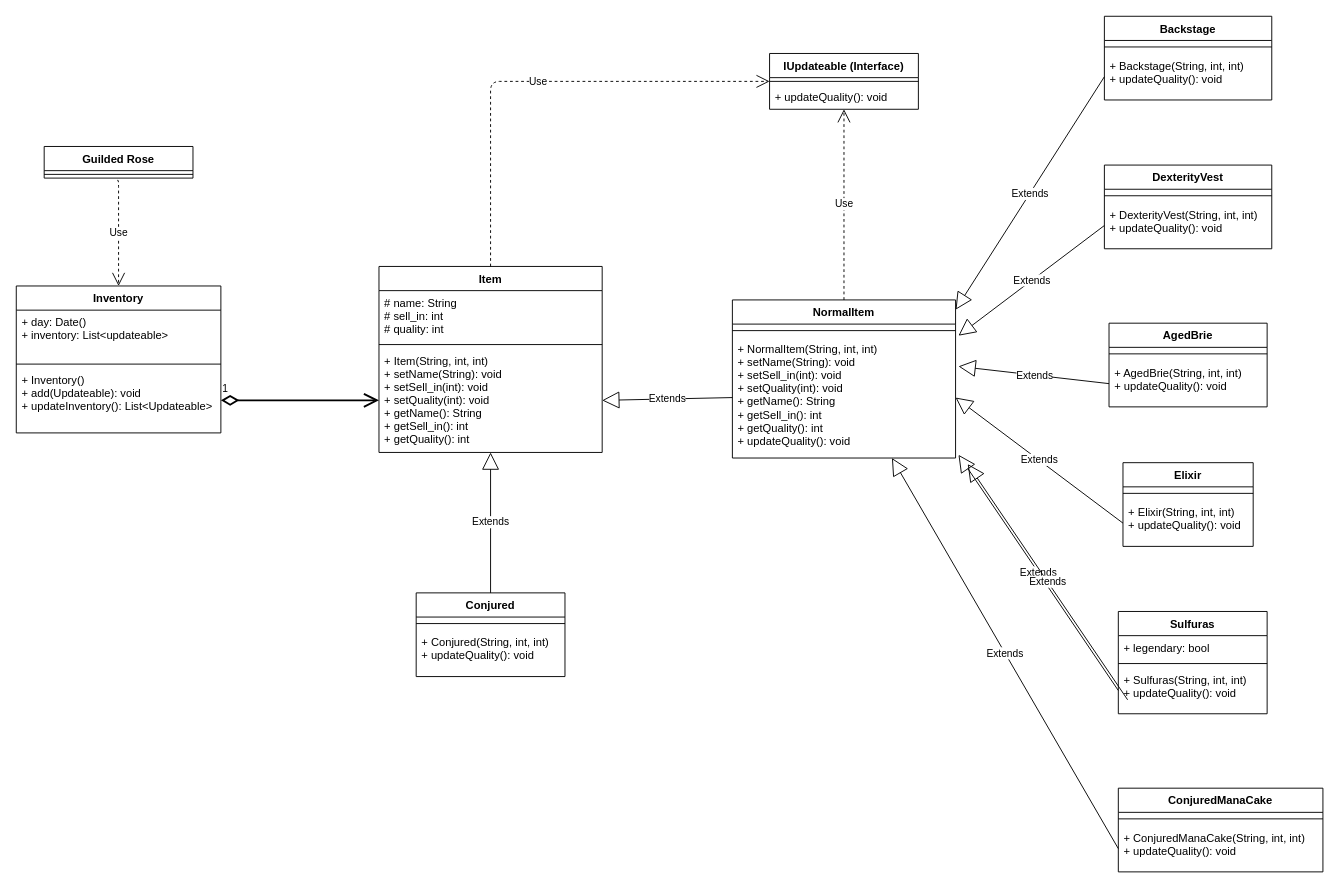
OllivandersProject/Ollivanders keeps this draw.io diagram as DDD/UML_Diagram/UML_Diagram_Project.drawio. Above is the earlier version. Source tidied: cells renumbered, new cells numbered last; positions are measured from the earlier drawing's top-left corner, leaving out a move shared by most shapes. Both pictures are drawn from the tidied source at 93%, with x=0, y=0 at pixel (16, 16).
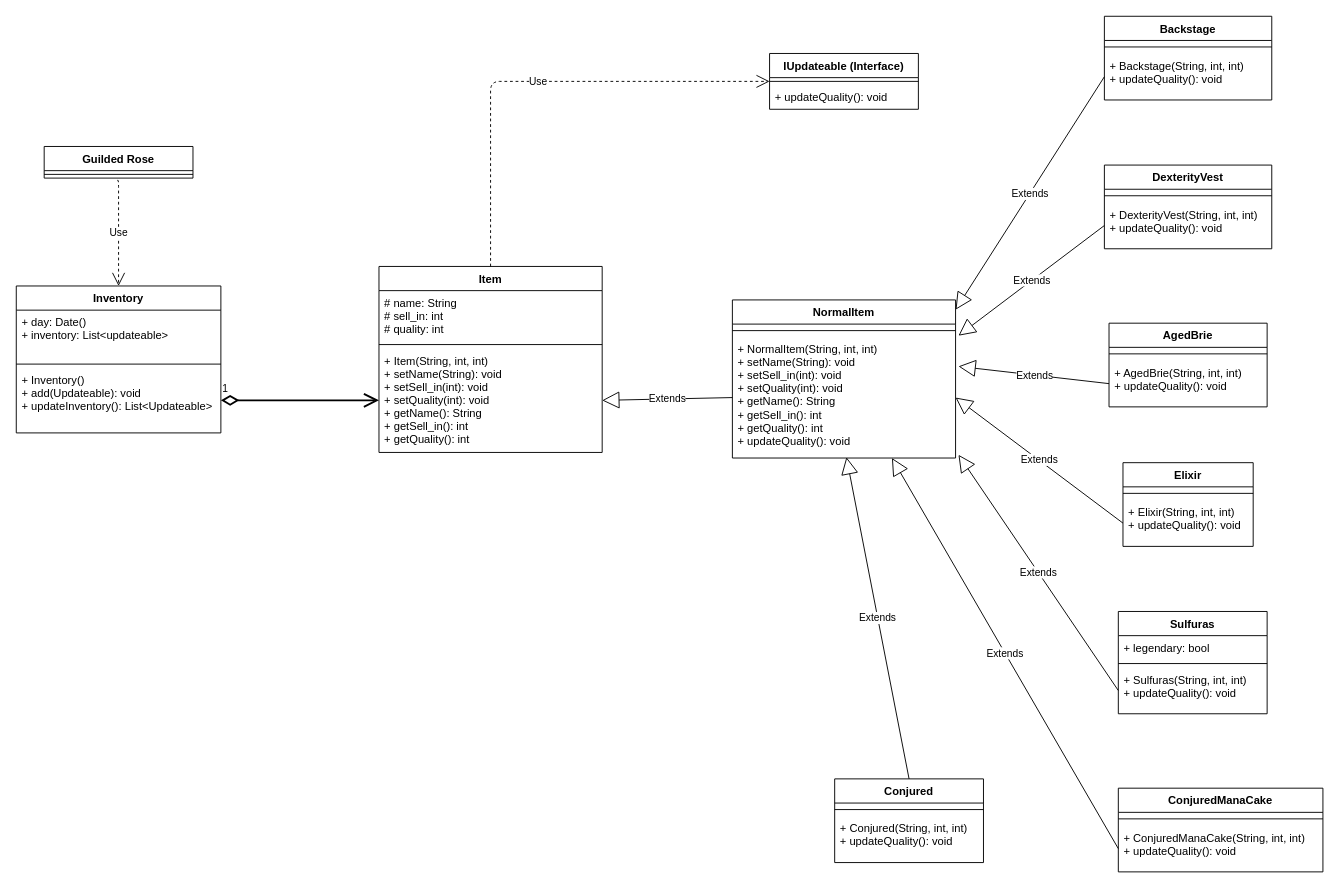
The same page after the edit.

Commit message:
feat: :recycle: Implement changes in UML_Diagram for optimization without change nothing of Domain Vocabulary of Project

Unchanged cells that the change refers to:
```xml
<mxCell id="11" value="+ Item(String, int, int)&#10;+ setName(String): void&#10;+ setSell_in(int): void&#10;+ setQuality(int): void&#10;+ getName(): String&#10;+ getSell_in(): int&#10;+ getQuality(): int" style="text;strokeColor=none;fillColor=none;align=left;verticalAlign=top;spacingLeft=4;spacingRight=4;overflow=hidden;points=[[0,0.5],[1,0.5]];portConstraint=eastwest;" parent="8" vertex="1">
  <mxGeometry y="88" width="240" height="112" as="geometry" />
</mxCell>
<mxCell id="12" value="NormalItem" style="swimlane;fontStyle=1;align=center;verticalAlign=top;horizontal=1;startSize=26;" parent="1" vertex="1">
  <mxGeometry x="770" y="305" width="240" height="170" as="geometry" />
</mxCell>
<mxCell id="14" value="+ NormalItem(String, int, int)&#10;+ setName(String): void&#10;+ setSell_in(int): void&#10;+ setQuality(int): void&#10;+ getName(): String&#10;+ getSell_in(): int&#10;+ getQuality(): int&#10;+ updateQuality(): void" style="text;strokeColor=none;fillColor=none;align=left;verticalAlign=top;spacingLeft=4;spacingRight=4;overflow=hidden;points=[[0,0.5],[1,0.5]];portConstraint=eastwest;" parent="12" vertex="1">
  <mxGeometry y="40" width="240" height="130" as="geometry" />
</mxCell>
<mxCell id="17" value="+ updateQuality(): void" style="text;strokeColor=none;fillColor=none;align=left;verticalAlign=top;spacingLeft=4;spacingRight=4;overflow=hidden;points=[[0,0.5],[1,0.5]];portConstraint=eastwest;" parent="15" vertex="1">
  <mxGeometry y="34" width="160" height="26" as="geometry" />
</mxCell>
```

The edit, as a diff of the source:
```diff
@@
     <mxCell id="18" value="Conjured" style="swimlane;fontStyle=1;align=center;verticalAlign=top;horizontal=1;startSize=26;" parent="1" vertex="1">
-      <mxGeometry x="430" y="620" width="160" height="90" as="geometry" />
+      <mxGeometry x="880" y="820" width="160" height="90" as="geometry" />
     </mxCell>
@@
-    <mxCell id="38" value="Use" style="endArrow=open;endSize=12;dashed=1;html=1;exitX=0.5;exitY=0;exitDx=0;exitDy=0;" parent="1" edge="1" source="12" target="17">
-      <mxGeometry relative="1" as="geometry" />
-    </mxCell>
@@
-    <mxCell id="40" value="Extends" style="endArrow=block;endSize=16;endFill=0;html=1;strokeWidth=1;exitX=0.5;exitY=0;exitDx=0;exitDy=0;" parent="1" edge="1" source="18" target="11">
+    <mxCell id="40" value="Extends" style="endArrow=block;endSize=16;endFill=0;html=1;strokeWidth=1;exitX=0.5;exitY=0;exitDx=0;exitDy=0;entryX=0.511;entryY=0.993;entryDx=0;entryDy=0;entryPerimeter=0;" parent="1" edge="1" source="18" target="14">
       <mxGeometry relative="1" as="geometry" />
     </mxCell>
@@
-    <mxCell id="51" value="Extends" style="endArrow=block;endSize=16;endFill=0;html=1;strokeWidth=1;exitX=0;exitY=0.5;exitDx=0;exitDy=0;entryX=1.013;entryY=0.973;entryDx=0;entryDy=0;entryPerimeter=0;" parent="1" edge="1">
-      <mxGeometry relative="1" as="geometry">
-        <mxPoint x="1195" y="735" as="sourcePoint" />
-        <mxPoint x="1023.1" y="481.5" as="targetPoint" />
-      </mxGeometry>
-    </mxCell>
```
